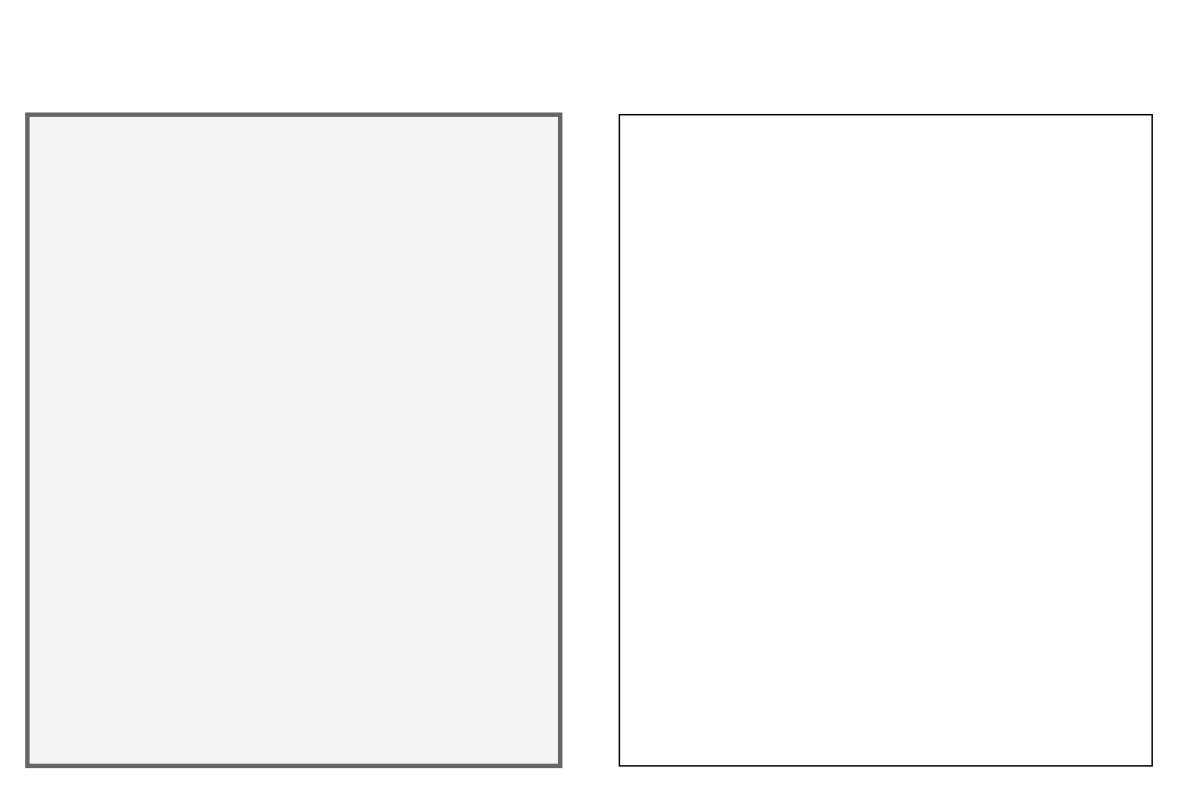
Before: Node.js和浏览器的区别.drawio in Yaozongbin0828/UMLetDraw, a draw.io diagram. Source tidied: cells renumbered, new cells numbered last; positions are measured from the earlier drawing's top-left corner, leaving out a move shared by most shapes. Both pictures are drawn from the tidied source at 148%, with x=0, y=0 at pixel (27, 114).
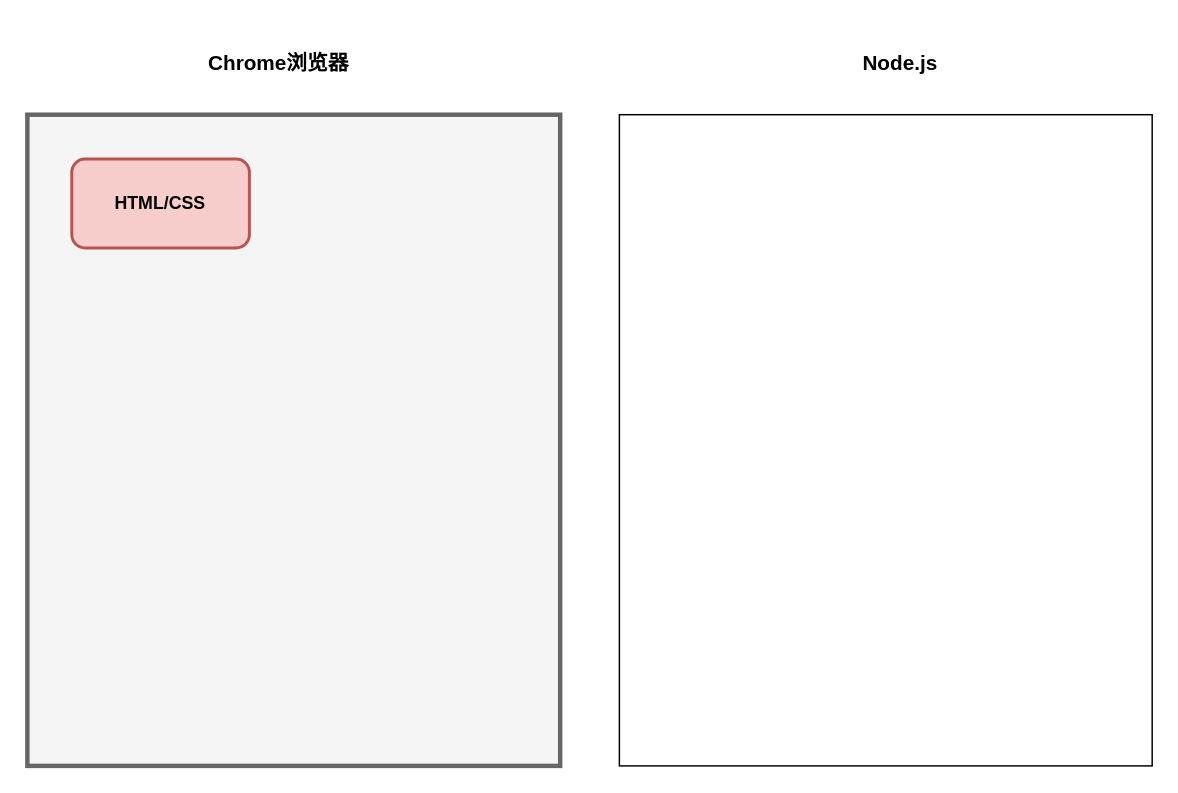
Above is the later version.

Commit message (it also covers changes not shown here):
更新Node.js和浏览器的区别.drawio

The edit, as a diff of the source:
```diff
@@
 <mxGraphModel>
   <root>
     <mxCell id="0" />
     <mxCell id="1" parent="0" />
     <mxCell id="2" style="rounded=0;whiteSpace=wrap;html=1;fillColor=#f5f5f5;fontColor=#333333;strokeColor=#666666;strokeWidth=3;" parent="1" vertex="1">
       <mxGeometry width="360" height="440" as="geometry" />
     </mxCell>
     <mxCell id="3" style="rounded=0;whiteSpace=wrap;html=1;" parent="1" vertex="1">
       <mxGeometry x="400" width="360" height="440" as="geometry" />
     </mxCell>
+    <mxCell id="4" value="&lt;font style=&quot;font-size: 14px;&quot;&gt;&lt;b&gt;Chrome浏览器&lt;/b&gt;&lt;/font&gt;" style="text;html=1;align=center;verticalAlign=middle;whiteSpace=wrap;rounded=0;" parent="1" vertex="1">
+      <mxGeometry x="110" y="-60" width="120" height="50" as="geometry" />
+    </mxCell>
+    <mxCell id="5" value="&lt;font style=&quot;font-size: 14px;&quot;&gt;&lt;b&gt;Node.js&lt;/b&gt;&lt;/font&gt;" style="text;html=1;align=center;verticalAlign=middle;whiteSpace=wrap;rounded=0;" parent="1" vertex="1">
+      <mxGeometry x="560" y="-50" width="60" height="30" as="geometry" />
+    </mxCell>
+    <mxCell id="6" value="&lt;b&gt;&lt;font style=&quot;font-size: 12px;&quot;&gt;HTML/CSS&lt;/font&gt;&lt;/b&gt;" style="rounded=1;whiteSpace=wrap;html=1;fillColor=#f8cecc;strokeColor=#b85450;strokeWidth=2;" parent="1" vertex="1">
+      <mxGeometry x="30" y="30" width="120" height="60" as="geometry" />
+    </mxCell>
   </root>
 </mxGraphModel>
```
